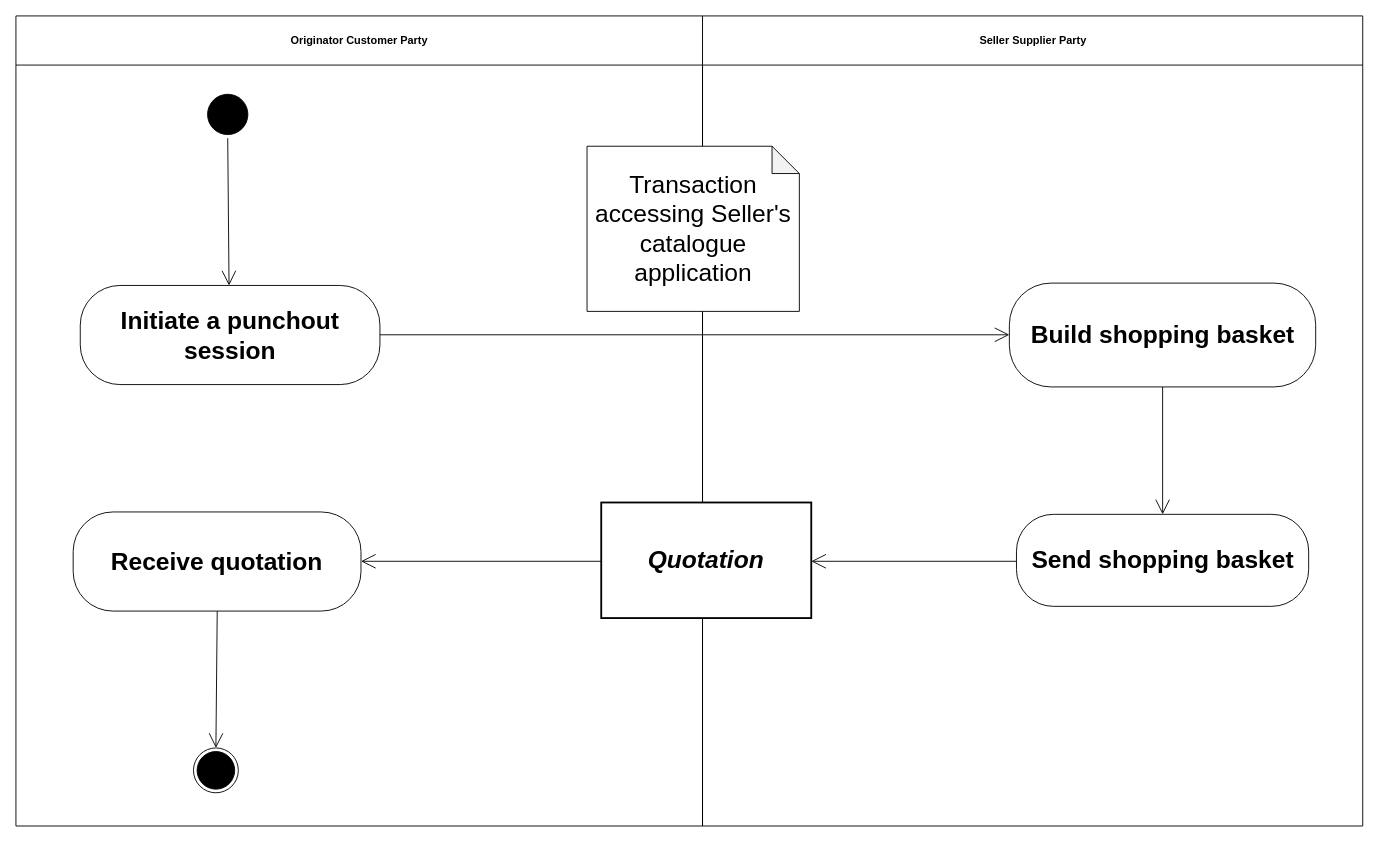
kduvekot/ubl-work-on-svg-images keeps this draw.io diagram as diagrams/UBL-2.0-SourcingPunchoutProcess/UBL-2.0-SourcingPunchoutProcess.drawio. Above is the earlier version. Source tidied: cells renumbered, new cells numbered last; positions are measured from the earlier drawing's top-left corner, leaving out a move shared by most shapes. Both pictures are drawn from the tidied source at 91%, with x=0, y=0 at pixel (15, 15).
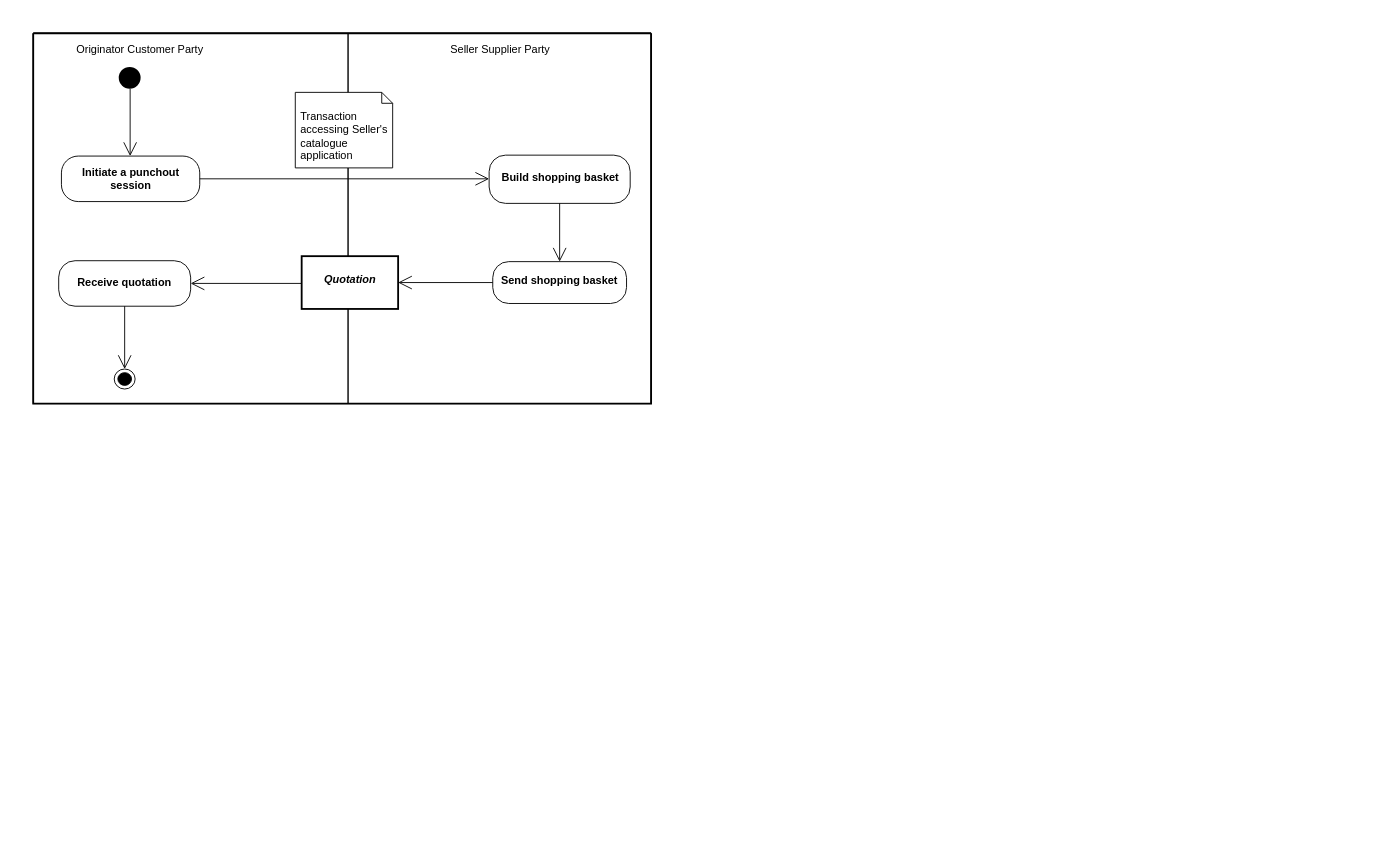
Above is the later version.

Change to the diagram source:
```diff
@@
 <mxGraphModel>
   <root>
     <mxCell id="0" />
     <mxCell id="1" parent="0" />
+    <mxCell id="18" style="swimlane;html=1;startSize=0;whiteSpace=wrap;fillColor=none;strokeWidth=2;" parent="1" vertex="1">
+      <mxGeometry x="19" y="19" width="679" height="407" as="geometry" />
+    </mxCell>
-    <mxCell id="2" value="Originator Customer Party" style="swimlane;whiteSpace=wrap;html=1;startSize=54;" parent="1" vertex="1">
-      <mxGeometry width="754.5" height="890.2" as="geometry" />
+    <mxCell id="2" value="Originator Customer Party" style="swimlane;horizontal=1;startSize=36;swimlaneLine=0;html=1;fillColor=none;fontSize=12;fontStyle=0;spacing=0;spacingRight=113;" parent="18" vertex="1">
+      <mxGeometry width="346" height="407" as="geometry" />
     </mxCell>
-    <mxCell id="3" value="Seller Supplier Party" style="swimlane;whiteSpace=wrap;html=1;startSize=54;" parent="1" vertex="1">
-      <mxGeometry x="754.5" width="725.5" height="890.2" as="geometry" />
+    <mxCell id="3" value="Seller Supplier Party" style="swimlane;horizontal=1;startSize=36;swimlaneLine=0;html=1;fillColor=none;fontSize=12;fontStyle=0;spacing=0;" parent="18" vertex="1">
+      <mxGeometry x="346" width="333" height="407" as="geometry" />
     </mxCell>
-    <mxCell id="4" style="ellipse;html=1;shape=startState;fillColor=#000000;strokeColor=#000000;fontFamily=Helvetica;fontSize=27;" parent="1" vertex="1">
-      <mxGeometry x="206.6" y="82.1" width="52.3" height="52.3" as="geometry" />
+    <mxCell id="4" style="ellipse;shape=startState;fillColor=#000000;strokeColor=none;html=1;" parent="2" vertex="1">
+      <mxGeometry x="90" y="33" width="32" height="32" as="geometry" />
     </mxCell>
-    <mxCell id="5" value="Transaction accessing Seller's catalogue application" style="shape=note;whiteSpace=wrap;html=1;backgroundOutline=1;darkOpacity=0.05;fontFamily=Helvetica;fontSize=27;" parent="1" vertex="1">
-      <mxGeometry x="627.6" y="143.2" width="233.3" height="181.5" as="geometry" />
+    <mxCell id="5" value="Transaction&lt;br&gt;accessing Seller's&lt;br&gt;catalogue&lt;br&gt;application" style="shape=note;size=12;html=1;whiteSpace=nowrap;fontSize=12;fontStyle=0;align=left;verticalAlign=middle;spacing=0;spacingLeft=6;spacingTop=12;" parent="3" vertex="1">
+      <mxGeometry x="-58" y="65" width="107" height="83" as="geometry" />
     </mxCell>
-    <mxCell id="6" value="Build shopping basket" style="rounded=1;arcSize=40;whiteSpace=wrap;html=1;fontStyle=1;fontFamily=Helvetica;fontSize=27;" parent="1" vertex="1">
-      <mxGeometry x="1091.7" y="293.6" width="336.6" height="114.1" as="geometry" />
+    <mxCell id="6" value="Build shopping basket" style="rounded=1;absoluteArcSize=1;arcSize=36;html=1;whiteSpace=nowrap;fontSize=12;fontStyle=1;align=center;verticalAlign=middle;spacing=0;spacingBottom=4;" parent="3" vertex="1">
+      <mxGeometry x="155" y="134" width="155" height="53" as="geometry" />
     </mxCell>
-    <mxCell id="7" value="Initiate a punchout session" style="rounded=1;arcSize=40;whiteSpace=wrap;html=1;fontStyle=1;fontFamily=Helvetica;fontSize=27;" parent="1" vertex="1">
-      <mxGeometry x="70.7" y="296.2" width="329.3" height="108.9" as="geometry" />
+    <mxCell id="7" value="Initiate a punchout&lt;br&gt;session" style="rounded=1;absoluteArcSize=1;arcSize=37;html=1;whiteSpace=nowrap;fontSize=12;fontStyle=1;align=center;verticalAlign=middle;spacing=0;" parent="2" vertex="1">
+      <mxGeometry x="31" y="135" width="152" height="50" as="geometry" />
     </mxCell>
-    <mxCell id="8" value="Quotation" style="rounded=0;whiteSpace=wrap;html=1;fontStyle=3;strokeWidth=2;fontFamily=Helvetica;fontSize=27;" parent="1" vertex="1">
-      <mxGeometry x="643.2" y="534.7" width="230.8" height="127" as="geometry" />
+    <mxCell id="8" value="Quotation" style="rounded=0;html=1;whiteSpace=nowrap;fontSize=12;fontStyle=3;align=center;verticalAlign=middle;spacing=0;spacingRight=1;spacingBottom=7;strokeWidth=2;" parent="3" vertex="1">
+      <mxGeometry x="-51" y="245" width="106" height="58" as="geometry" />
     </mxCell>
-    <mxCell id="9" value="Receive quotation" style="rounded=1;arcSize=40;whiteSpace=wrap;html=1;fontStyle=1;fontFamily=Helvetica;fontSize=27;" parent="1" vertex="1">
-      <mxGeometry x="62.9" y="545.1" width="316.3" height="108.9" as="geometry" />
+    <mxCell id="9" value="Receive quotation" style="rounded=1;absoluteArcSize=1;arcSize=36;html=1;whiteSpace=nowrap;fontSize=12;fontStyle=1;align=center;verticalAlign=middle;spacing=0;spacingRight=2;spacingBottom=2;" parent="2" vertex="1">
+      <mxGeometry x="28" y="250" width="145" height="50" as="geometry" />
     </mxCell>
-    <mxCell id="10" value="Send shopping basket" style="rounded=1;arcSize=40;whiteSpace=wrap;html=1;fontStyle=1;fontFamily=Helvetica;fontSize=27;" parent="1" vertex="1">
-      <mxGeometry x="1099.5" y="547.7" width="321.1" height="101.1" as="geometry" />
+    <mxCell id="10" value="Send shopping basket" style="rounded=1;absoluteArcSize=1;arcSize=35;html=1;whiteSpace=nowrap;fontSize=12;fontStyle=1;align=center;verticalAlign=middle;spacing=0;spacingRight=1;spacingBottom=4;" parent="3" vertex="1">
+      <mxGeometry x="159" y="251" width="147" height="46" as="geometry" />
     </mxCell>
-    <mxCell id="11" style="ellipse;html=1;shape=endState;fillColor=#000000;strokeColor=#000000;fontFamily=Helvetica;fontSize=27;" parent="1" vertex="1">
-      <mxGeometry x="195.1" y="804.4" width="49.3" height="49.3" as="geometry" />
+    <mxCell id="11" style="ellipse;shape=endState;fillColor=#000000;html=1;" parent="2" vertex="1">
+      <mxGeometry x="89" y="369" width="23" height="22" as="geometry" />
     </mxCell>
-    <mxCell id="12" style="edgeStyle=none;rounded=0;html=1;endArrow=open;endFill=0;endSize=14;exitX=0.5105;exitY=1.0;entryX=0.4965;entryY=0.0;" parent="1" edge="1" source="4" target="7">
+    <mxCell id="12" style="edgeStyle=none;rounded=0;html=1;endArrow=open;endFill=0;endSize=13;exitPerimeter=0;entryX=0.4967;entryY=0;entryPerimeter=0;exitX=0.515575;exitY=0.875;" parent="2" edge="1" source="4" target="7">
       <mxGeometry relative="1" as="geometry" />
     </mxCell>
-    <mxCell id="13" style="edgeStyle=none;rounded=0;html=1;endArrow=open;endFill=0;endSize=14;exitX=1.0;exitY=0.4977;entryX=0.0;entryY=0.4978;" parent="1" edge="1" source="7" target="6">
+    <mxCell id="13" style="edgeStyle=none;rounded=0;html=1;endArrow=open;endFill=0;endSize=13;exitX=1;exitY=0.5;exitPerimeter=0;entryPerimeter=0;entryX=0;entryY=0.490566;" parent="18" edge="1" source="7" target="6">
       <mxGeometry relative="1" as="geometry" />
     </mxCell>
-    <mxCell id="14" style="edgeStyle=none;rounded=0;html=1;endArrow=open;endFill=0;endSize=14;exitX=0.5003;exitY=1.0;entryX=0.5002;entryY=0.0;" parent="1" edge="1" source="6" target="10">
+    <mxCell id="14" style="edgeStyle=none;rounded=0;html=1;endArrow=open;endFill=0;endSize=13;exitX=0.5;exitY=1;exitPerimeter=0;entryX=0.5;entryY=0;entryPerimeter=0;" parent="3" edge="1" source="6" target="10">
       <mxGeometry relative="1" as="geometry" />
     </mxCell>
-    <mxCell id="15" style="edgeStyle=none;rounded=0;html=1;endArrow=open;endFill=0;endSize=14;exitX=0.0;exitY=0.5087;entryX=1.0;entryY=0.4977;" parent="1" edge="1" source="8" target="9">
+    <mxCell id="15" style="edgeStyle=none;rounded=0;html=1;endArrow=open;endFill=0;endSize=13;exitPerimeter=0;entryX=1;entryY=0.499;entryPerimeter=0;exitX=0;exitY=0.516379;" parent="18" edge="1" source="8" target="9">
       <mxGeometry relative="1" as="geometry" />
     </mxCell>
-    <mxCell id="16" style="edgeStyle=none;rounded=0;html=1;endArrow=open;endFill=0;endSize=14;exitX=0.0;exitY=0.5104;entryX=1.0;entryY=0.5087;" parent="1" edge="1" source="10" target="8">
+    <mxCell id="16" style="edgeStyle=none;rounded=0;html=1;endArrow=open;endFill=0;endSize=13;exitX=0;exitY=0.5;exitPerimeter=0;entryX=1;entryY=0.5;entryPerimeter=0;" parent="3" edge="1" source="10" target="8">
       <mxGeometry relative="1" as="geometry" />
     </mxCell>
-    <mxCell id="17" style="edgeStyle=none;rounded=0;html=1;endArrow=open;endFill=0;endSize=14;exitX=0.5005;exitY=1.0;entryX=0.5132;entryY=0.0;" parent="1" edge="1" source="9" target="11">
+    <mxCell id="17" style="edgeStyle=none;rounded=0;html=1;endArrow=open;endFill=0;endSize=13;exitX=0.5;exitY=1;exitPerimeter=0;entryPerimeter=0;entryX=0.5;entryY=0;" parent="2" edge="1" source="9" target="11">
       <mxGeometry relative="1" as="geometry" />
     </mxCell>
   </root>
 </mxGraphModel>
```
